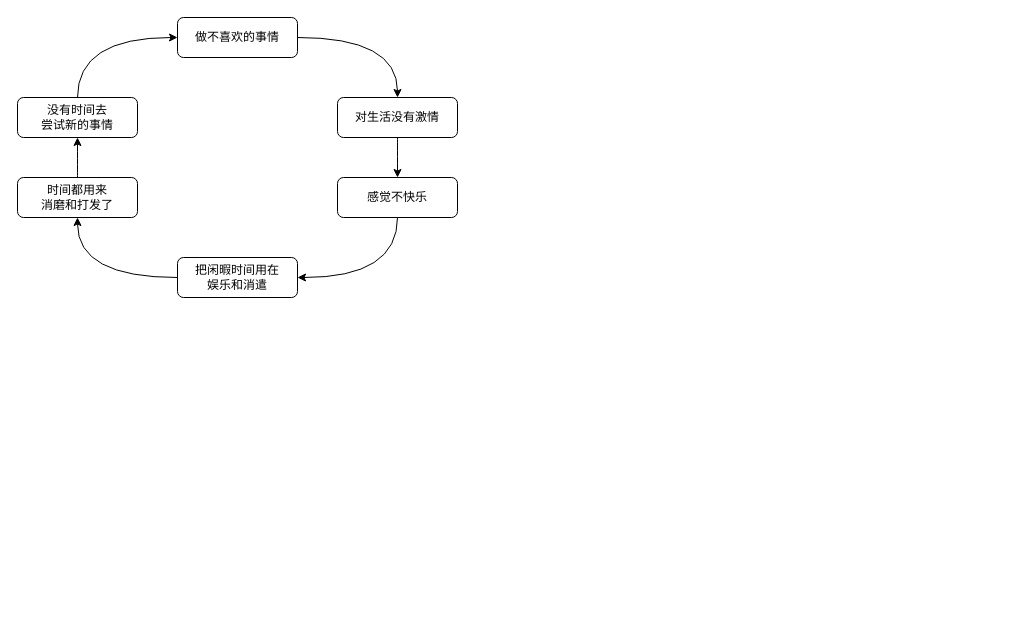
This is 事业圈&颓废圈.drawio from youyusan/life_system, a draw.io file, before an edit. Source tidied: cells renumbered, new cells numbered last; positions are measured from the earlier drawing's top-left corner, leaving out a move shared by most shapes. Both pictures are drawn from the tidied source at 100%, with x=0, y=0 at pixel (17, 17).
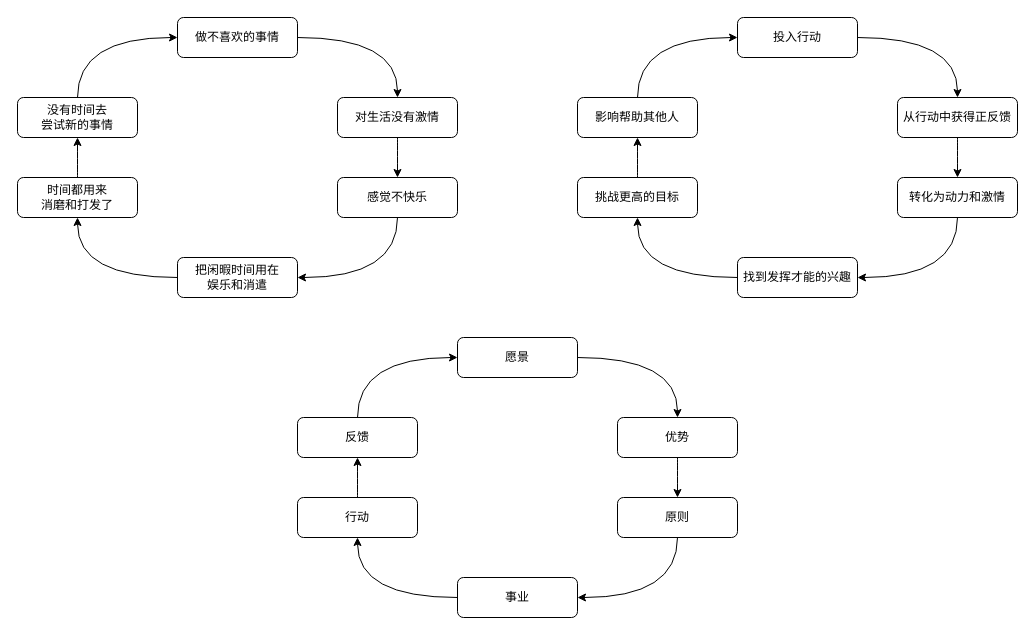
After the change.

Commit message (it also covers changes not shown here):
更新事业圈&颓废圈.drawio

Change to the diagram source:
```diff
@@
+    <mxCell id="14" style="edgeStyle=orthogonalEdgeStyle;rounded=0;jettySize=auto;html=1;curved=1;" parent="1" edge="1" source="15" target="17">
+      <mxGeometry relative="1" as="geometry" />
+    </mxCell>
+    <mxCell id="15" value="投入行动" style="rounded=1;whiteSpace=wrap;html=1;" parent="1" vertex="1">
+      <mxGeometry x="720" width="120" height="40" as="geometry" />
+    </mxCell>
+    <mxCell id="16" style="edgeStyle=orthogonalEdgeStyle;curved=1;rounded=0;jettySize=auto;html=1;strokeColor=default;align=center;verticalAlign=middle;fontFamily=Helvetica;fontSize=11;fontColor=default;labelBackgroundColor=default;endArrow=classic;" parent="1" edge="1" source="17" target="19">
+      <mxGeometry relative="1" as="geometry" />
+    </mxCell>
+    <mxCell id="17" value="从行动中获得正反馈" style="rounded=1;whiteSpace=wrap;html=1;" parent="1" vertex="1">
+      <mxGeometry x="880" y="80" width="120" height="40" as="geometry" />
+    </mxCell>
+    <mxCell id="18" style="edgeStyle=orthogonalEdgeStyle;curved=1;rounded=0;jettySize=auto;html=1;entryX=1;entryY=0.5;entryDx=0;entryDy=0;strokeColor=default;align=center;verticalAlign=middle;fontFamily=Helvetica;fontSize=11;fontColor=default;labelBackgroundColor=default;endArrow=classic;" parent="1" edge="1" source="19" target="21">
+      <mxGeometry relative="1" as="geometry">
+        <Array as="points">
+          <mxPoint x="940" y="260" />
+        </Array>
+      </mxGeometry>
+    </mxCell>
+    <mxCell id="19" value="转化为动力和激情" style="rounded=1;whiteSpace=wrap;html=1;" parent="1" vertex="1">
+      <mxGeometry x="880" y="160" width="120" height="40" as="geometry" />
+    </mxCell>
+    <mxCell id="20" style="edgeStyle=orthogonalEdgeStyle;curved=1;rounded=0;jettySize=auto;html=1;entryX=0.5;entryY=1;entryDx=0;entryDy=0;strokeColor=default;align=center;verticalAlign=middle;fontFamily=Helvetica;fontSize=11;fontColor=default;labelBackgroundColor=default;endArrow=classic;" parent="1" edge="1" source="21" target="23">
+      <mxGeometry relative="1" as="geometry" />
+    </mxCell>
+    <mxCell id="21" value="找到发挥才能的兴趣" style="rounded=1;whiteSpace=wrap;html=1;" parent="1" vertex="1">
+      <mxGeometry x="720" y="240" width="120" height="40" as="geometry" />
+    </mxCell>
+    <mxCell id="22" style="edgeStyle=orthogonalEdgeStyle;curved=1;rounded=0;jettySize=auto;html=1;entryX=0.5;entryY=1;entryDx=0;entryDy=0;strokeColor=default;align=center;verticalAlign=middle;fontFamily=Helvetica;fontSize=11;fontColor=default;labelBackgroundColor=default;endArrow=classic;" parent="1" edge="1" source="23" target="25">
+      <mxGeometry relative="1" as="geometry" />
+    </mxCell>
+    <mxCell id="23" value="挑战更高的目标" style="rounded=1;whiteSpace=wrap;html=1;" parent="1" vertex="1">
+      <mxGeometry x="560" y="160" width="120" height="40" as="geometry" />
+    </mxCell>
+    <mxCell id="24" style="edgeStyle=orthogonalEdgeStyle;curved=1;rounded=0;jettySize=auto;html=1;entryX=0;entryY=0.5;entryDx=0;entryDy=0;strokeColor=default;align=center;verticalAlign=middle;fontFamily=Helvetica;fontSize=11;fontColor=default;labelBackgroundColor=default;endArrow=classic;" parent="1" edge="1" source="25" target="15">
+      <mxGeometry relative="1" as="geometry">
+        <Array as="points">
+          <mxPoint x="620" y="20" />
+        </Array>
+      </mxGeometry>
+    </mxCell>
+    <mxCell id="25" value="影响帮助其他人" style="rounded=1;whiteSpace=wrap;html=1;" parent="1" vertex="1">
+      <mxGeometry x="560" y="80" width="120" height="40" as="geometry" />
+    </mxCell>
+    <mxCell id="26" style="edgeStyle=orthogonalEdgeStyle;rounded=0;jettySize=auto;html=1;curved=1;" parent="1" edge="1" source="27" target="29">
+      <mxGeometry relative="1" as="geometry" />
+    </mxCell>
+    <mxCell id="27" value="愿景" style="rounded=1;whiteSpace=wrap;html=1;" parent="1" vertex="1">
+      <mxGeometry x="440" y="320" width="120" height="40" as="geometry" />
+    </mxCell>
+    <mxCell id="28" style="edgeStyle=orthogonalEdgeStyle;curved=1;rounded=0;jettySize=auto;html=1;strokeColor=default;align=center;verticalAlign=middle;fontFamily=Helvetica;fontSize=11;fontColor=default;labelBackgroundColor=default;endArrow=classic;" parent="1" edge="1" source="29" target="31">
+      <mxGeometry relative="1" as="geometry" />
+    </mxCell>
+    <mxCell id="29" value="优势" style="rounded=1;whiteSpace=wrap;html=1;" parent="1" vertex="1">
+      <mxGeometry x="600" y="400" width="120" height="40" as="geometry" />
+    </mxCell>
+    <mxCell id="30" style="edgeStyle=orthogonalEdgeStyle;curved=1;rounded=0;jettySize=auto;html=1;entryX=1;entryY=0.5;entryDx=0;entryDy=0;strokeColor=default;align=center;verticalAlign=middle;fontFamily=Helvetica;fontSize=11;fontColor=default;labelBackgroundColor=default;endArrow=classic;" parent="1" edge="1" source="31" target="33">
+      <mxGeometry relative="1" as="geometry">
+        <Array as="points">
+          <mxPoint x="660" y="580" />
+        </Array>
+      </mxGeometry>
+    </mxCell>
+    <mxCell id="31" value="原则" style="rounded=1;whiteSpace=wrap;html=1;" parent="1" vertex="1">
+      <mxGeometry x="600" y="480" width="120" height="40" as="geometry" />
+    </mxCell>
+    <mxCell id="32" style="edgeStyle=orthogonalEdgeStyle;curved=1;rounded=0;jettySize=auto;html=1;entryX=0.5;entryY=1;entryDx=0;entryDy=0;strokeColor=default;align=center;verticalAlign=middle;fontFamily=Helvetica;fontSize=11;fontColor=default;labelBackgroundColor=default;endArrow=classic;" parent="1" edge="1" source="33" target="35">
+      <mxGeometry relative="1" as="geometry" />
+    </mxCell>
+    <mxCell id="33" value="事业" style="rounded=1;whiteSpace=wrap;html=1;" parent="1" vertex="1">
+      <mxGeometry x="440" y="560" width="120" height="40" as="geometry" />
+    </mxCell>
+    <mxCell id="34" style="edgeStyle=orthogonalEdgeStyle;curved=1;rounded=0;jettySize=auto;html=1;entryX=0.5;entryY=1;entryDx=0;entryDy=0;strokeColor=default;align=center;verticalAlign=middle;fontFamily=Helvetica;fontSize=11;fontColor=default;labelBackgroundColor=default;endArrow=classic;" parent="1" edge="1" source="35" target="37">
+      <mxGeometry relative="1" as="geometry" />
+    </mxCell>
+    <mxCell id="35" value="行动" style="rounded=1;whiteSpace=wrap;html=1;" parent="1" vertex="1">
+      <mxGeometry x="280" y="480" width="120" height="40" as="geometry" />
+    </mxCell>
+    <mxCell id="36" style="edgeStyle=orthogonalEdgeStyle;curved=1;rounded=0;jettySize=auto;html=1;entryX=0;entryY=0.5;entryDx=0;entryDy=0;strokeColor=default;align=center;verticalAlign=middle;fontFamily=Helvetica;fontSize=11;fontColor=default;labelBackgroundColor=default;endArrow=classic;" parent="1" edge="1" source="37" target="27">
+      <mxGeometry relative="1" as="geometry">
+        <Array as="points">
+          <mxPoint x="340" y="340" />
+        </Array>
+      </mxGeometry>
+    </mxCell>
+    <mxCell id="37" value="反馈" style="rounded=1;whiteSpace=wrap;html=1;" parent="1" vertex="1">
+      <mxGeometry x="280" y="400" width="120" height="40" as="geometry" />
+    </mxCell>
```
